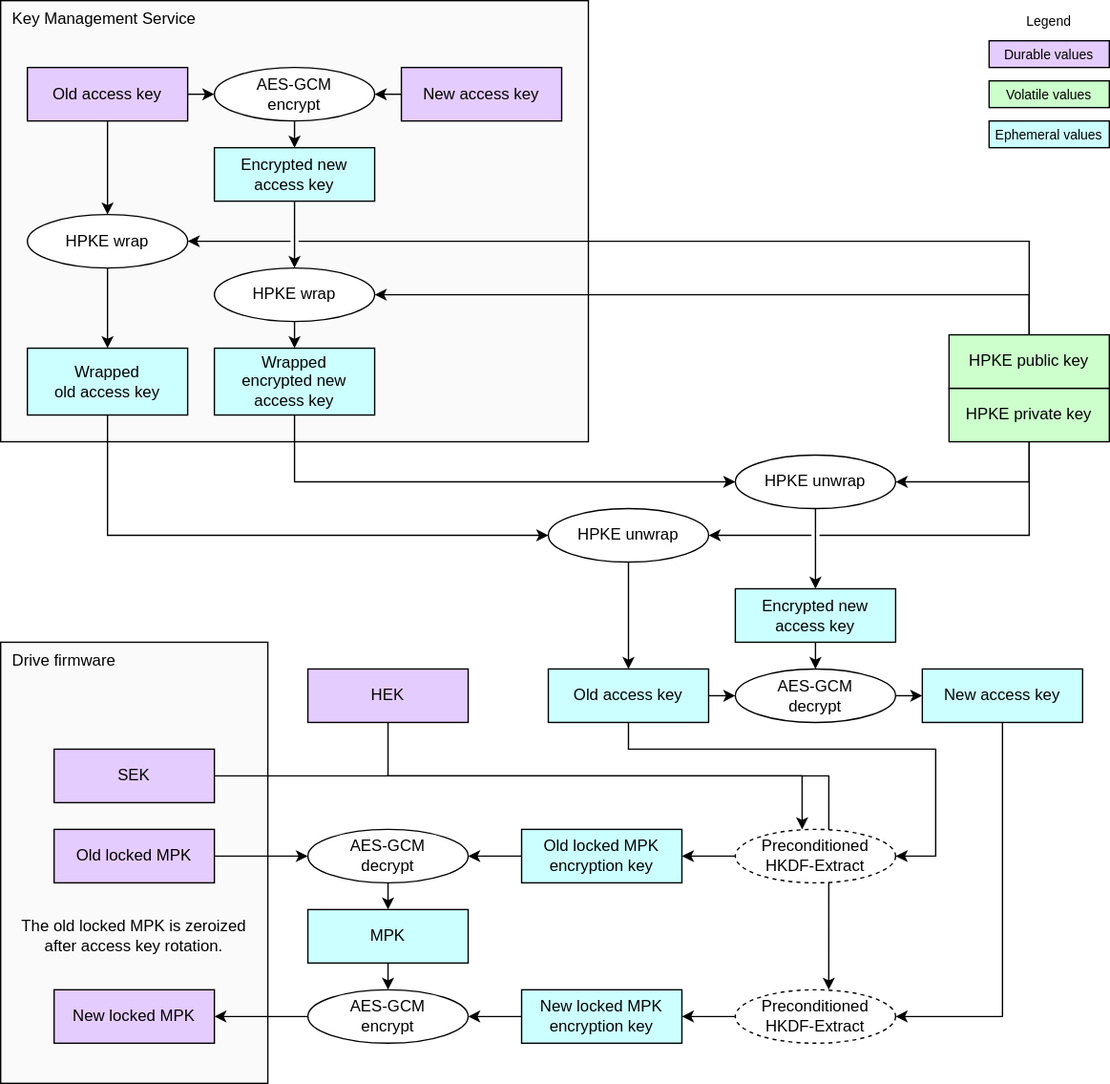
chipsalliance/Caliptra keeps this draw.io diagram as doc/ocp_lock/diagrams/mpk_access_key_rotation.drawio.svg. Above is the earlier version. Source tidied: cells renumbered, new cells last; positions are measured from the earlier drawing's top-left corner, leaving out a move shared by most shapes.
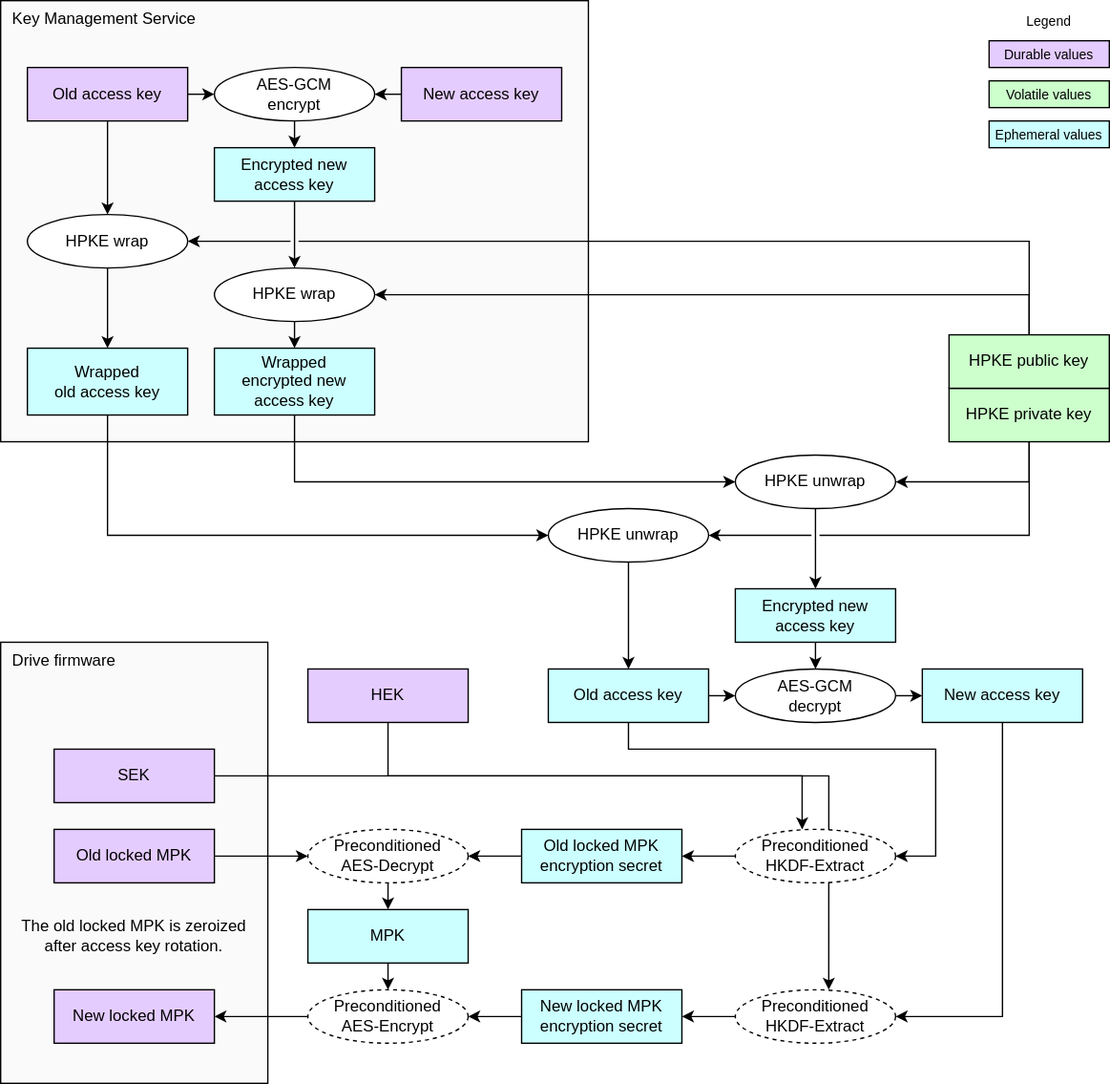
Later version of the same file.

Change to the diagram source:
```diff
@@ -14,10 +14,10 @@
     <mxCell id="5" value="&lt;div&gt;&lt;font color=&quot;#000000&quot;&gt;HEK&lt;/font&gt;&lt;/div&gt;" style="rounded=0;whiteSpace=wrap;html=1;align=center;verticalAlign=middle;shadow=0;glass=0;spacingLeft=0;spacingBottom=0;spacingTop=0;fillColor=#E5CCFF;" parent="1" vertex="1">
       <mxGeometry x="230" y="500" width="120" height="40" as="geometry" />
     </mxCell>
-    <mxCell id="6" value="&lt;div&gt;&lt;font color=&quot;#000000&quot;&gt;Old locked MPK encryption key&lt;/font&gt;&lt;/div&gt;" style="rounded=0;whiteSpace=wrap;html=1;align=center;verticalAlign=middle;shadow=0;glass=0;spacingLeft=0;spacingBottom=0;spacingTop=0;fillColor=#CCFFFF;" parent="1" vertex="1">
+    <mxCell id="6" value="&lt;div&gt;&lt;font color=&quot;#000000&quot;&gt;Old locked MPK encryption secret&lt;/font&gt;&lt;/div&gt;" style="rounded=0;whiteSpace=wrap;html=1;align=center;verticalAlign=middle;shadow=0;glass=0;spacingLeft=0;spacingBottom=0;spacingTop=0;fillColor=#CCFFFF;" parent="1" vertex="1">
       <mxGeometry x="390" y="620" width="120" height="40" as="geometry" />
     </mxCell>
-    <mxCell id="7" value="AES-GCM&lt;div&gt;decrypt&lt;/div&gt;" style="ellipse;whiteSpace=wrap;html=1;fillColor=#FFFFFF;" parent="1" vertex="1">
+    <mxCell id="7" value="Preconditioned&lt;div&gt;AES-Decrypt&lt;/div&gt;" style="ellipse;whiteSpace=wrap;html=1;fillColor=#FFFFFF;dashed=1;" parent="1" vertex="1">
       <mxGeometry x="230" y="620" width="120" height="40" as="geometry" />
     </mxCell>
     <mxCell id="8" style="endArrow=none;html=1;exitX=0;exitY=0.5;exitDx=0;exitDy=0;entryX=1;entryY=0.5;entryDx=0;entryDy=0;startArrow=classic;startFill=1;endFill=0;endSize=6;startSize=6;" parent="1" edge="1" source="7" target="4">
@@ -60,10 +60,10 @@
     <mxCell id="19" value="Legend" style="text;strokeColor=none;align=center;fillColor=none;html=1;verticalAlign=middle;whiteSpace=wrap;rounded=0;fontSize=10;" parent="1" vertex="1">
       <mxGeometry x="755" width="60" height="30" as="geometry" />
     </mxCell>
-    <mxCell id="20" value="&lt;div&gt;&lt;font color=&quot;#000000&quot;&gt;New locked MPK encryption key&lt;/font&gt;&lt;/div&gt;" style="rounded=0;whiteSpace=wrap;html=1;align=center;verticalAlign=middle;shadow=0;glass=0;spacingLeft=0;spacingBottom=0;spacingTop=0;fillColor=#CCFFFF;" parent="1" vertex="1">
+    <mxCell id="20" value="&lt;div&gt;&lt;font color=&quot;#000000&quot;&gt;New locked MPK encryption secret&lt;/font&gt;&lt;/div&gt;" style="rounded=0;whiteSpace=wrap;html=1;align=center;verticalAlign=middle;shadow=0;glass=0;spacingLeft=0;spacingBottom=0;spacingTop=0;fillColor=#CCFFFF;" parent="1" vertex="1">
       <mxGeometry x="390" y="740" width="120" height="40" as="geometry" />
     </mxCell>
-    <mxCell id="21" value="AES-GCM&lt;div&gt;encrypt&lt;/div&gt;" style="ellipse;whiteSpace=wrap;html=1;fillColor=#FFFFFF;" parent="1" vertex="1">
+    <mxCell id="21" value="Preconditioned&lt;div&gt;AES-Encrypt&lt;/div&gt;" style="ellipse;whiteSpace=wrap;html=1;fillColor=#FFFFFF;dashed=1;" parent="1" vertex="1">
       <mxGeometry x="230" y="740" width="120" height="40" as="geometry" />
     </mxCell>
     <mxCell id="22" style="endArrow=classic;html=1;exitX=0;exitY=0.5;exitDx=0;exitDy=0;entryX=1;entryY=0.5;entryDx=0;entryDy=0;" parent="1" edge="1" source="20" target="21">
```
